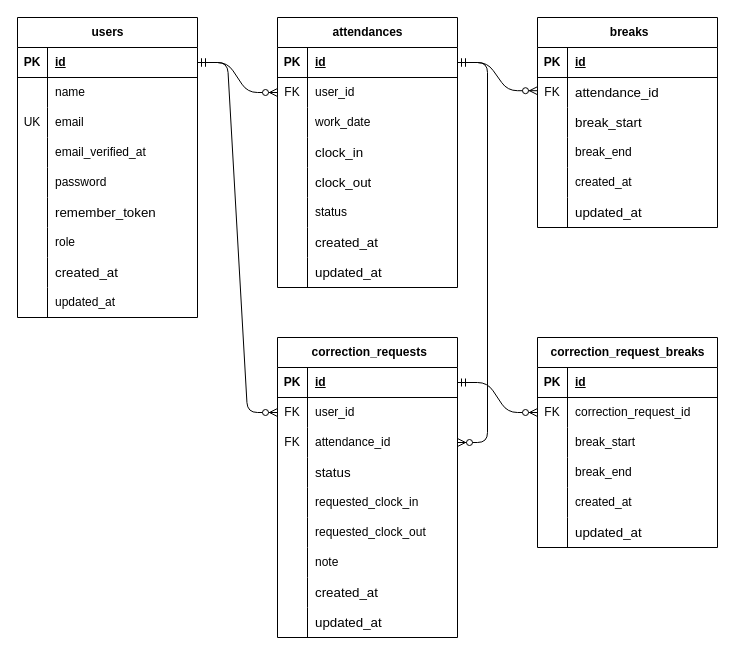
The draw.io diagram docs/er-diagram.drawio in hana-ka/-coachtech-attendance-app, before the edit. Source tidied: cells renumbered, new cells numbered last; positions are measured from the earlier drawing's top-left corner, leaving out a move shared by most shapes. Both pictures are drawn from the tidied source at 100%, with x=0, y=0 at pixel (17, 17).
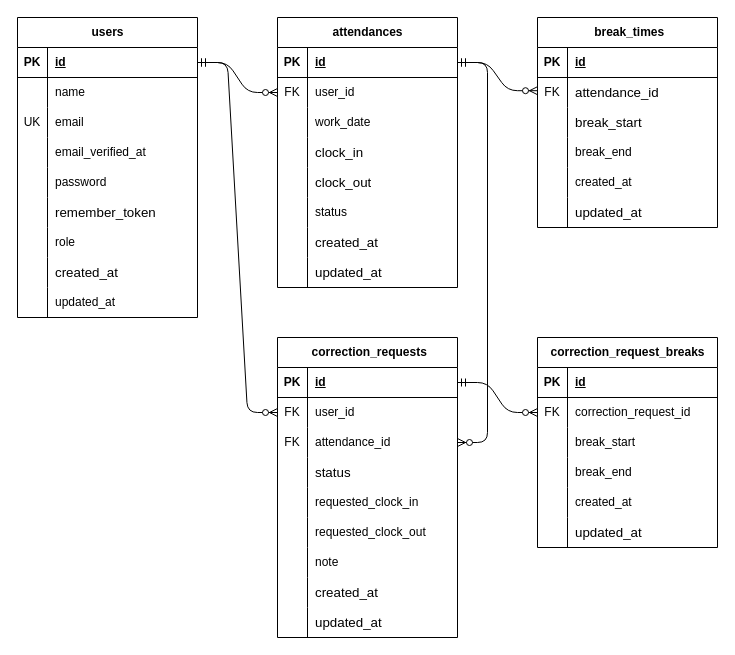
Above is the later version.

Diff of the diagram source:
```diff
@@
-    <mxCell id="55" value="&amp;nbsp;breaks" style="shape=table;startSize=30;childLayout=tableLayout;rowLines=0;fontStyle=1;align=center;html=1;" parent="1" vertex="1">
+    <mxCell id="55" value="&amp;nbsp;break_times" style="shape=table;startSize=30;childLayout=tableLayout;rowLines=0;fontStyle=1;align=center;html=1;" parent="1" vertex="1">
       <mxGeometry x="520" width="180" height="210" as="geometry" />
     </mxCell>
```
